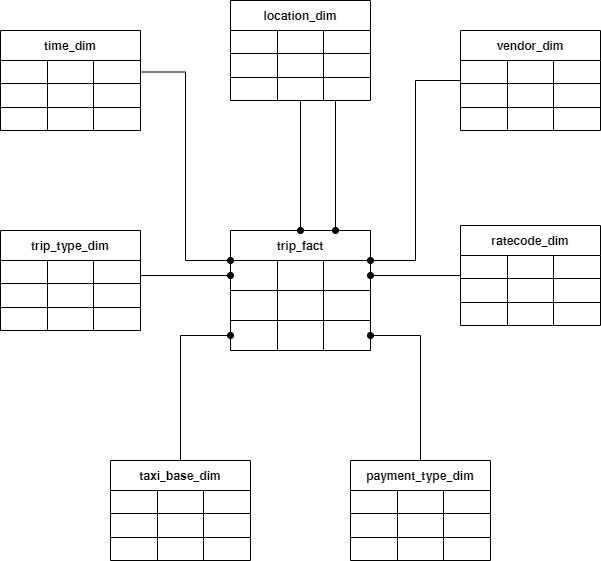
Above: images/conceptual_model.png in TheLinuxEnthusiast/tlc-trip-taxi-dwh (draw.io), before the change. Source tidied: cells renumbered, new cells last; positions are measured from the earlier drawing's top-left corner, leaving out a move shared by most shapes.
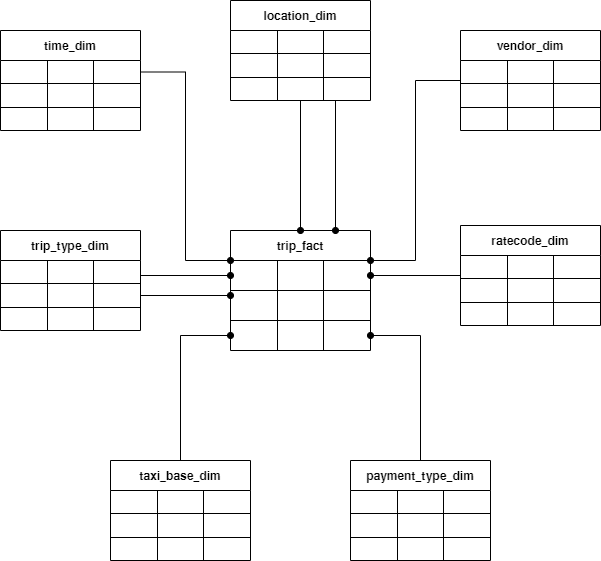
The same file after the commit.

Commit message:
Updated conceptual model

Change to the diagram source:
```diff
@@ -342,5 +342,10 @@
         <mxPoint x="335" y="100" as="sourcePoint" />
       </mxGeometry>
     </mxCell>
+    <mxCell id="114" style="edgeStyle=orthogonalEdgeStyle;rounded=0;jettySize=auto;html=1;endArrow=oval;endFill=1;exitX=1;exitY=0.5;exitDx=0;exitDy=0;" parent="1" edge="1" source="103">
+      <mxGeometry relative="1" as="geometry">
+        <mxPoint x="230" y="295" as="targetPoint" />
+      </mxGeometry>
+    </mxCell>
   </root>
 </mxGraphModel>
```
